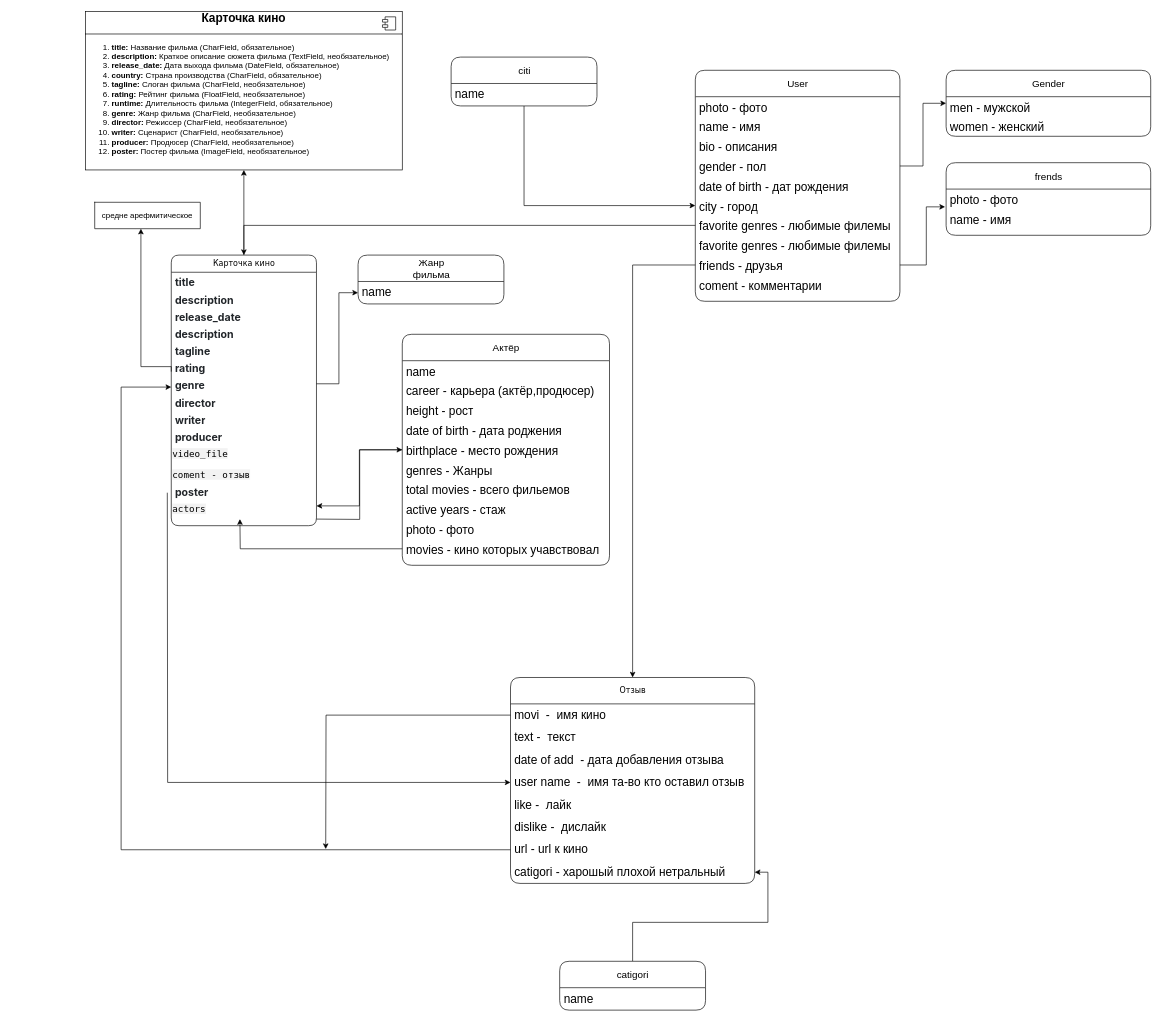
Muhammadaziz-beckend/movie keeps this draw.io diagram as Диаграмма без названия.drawio. Above is the earlier version. Source tidied: cells renumbered, new cells numbered last; positions are measured from the earlier drawing's top-left corner, leaving out a move shared by most shapes. Both pictures are drawn from the tidied source at 66%, with x=0, y=0 at pixel (85, 11).
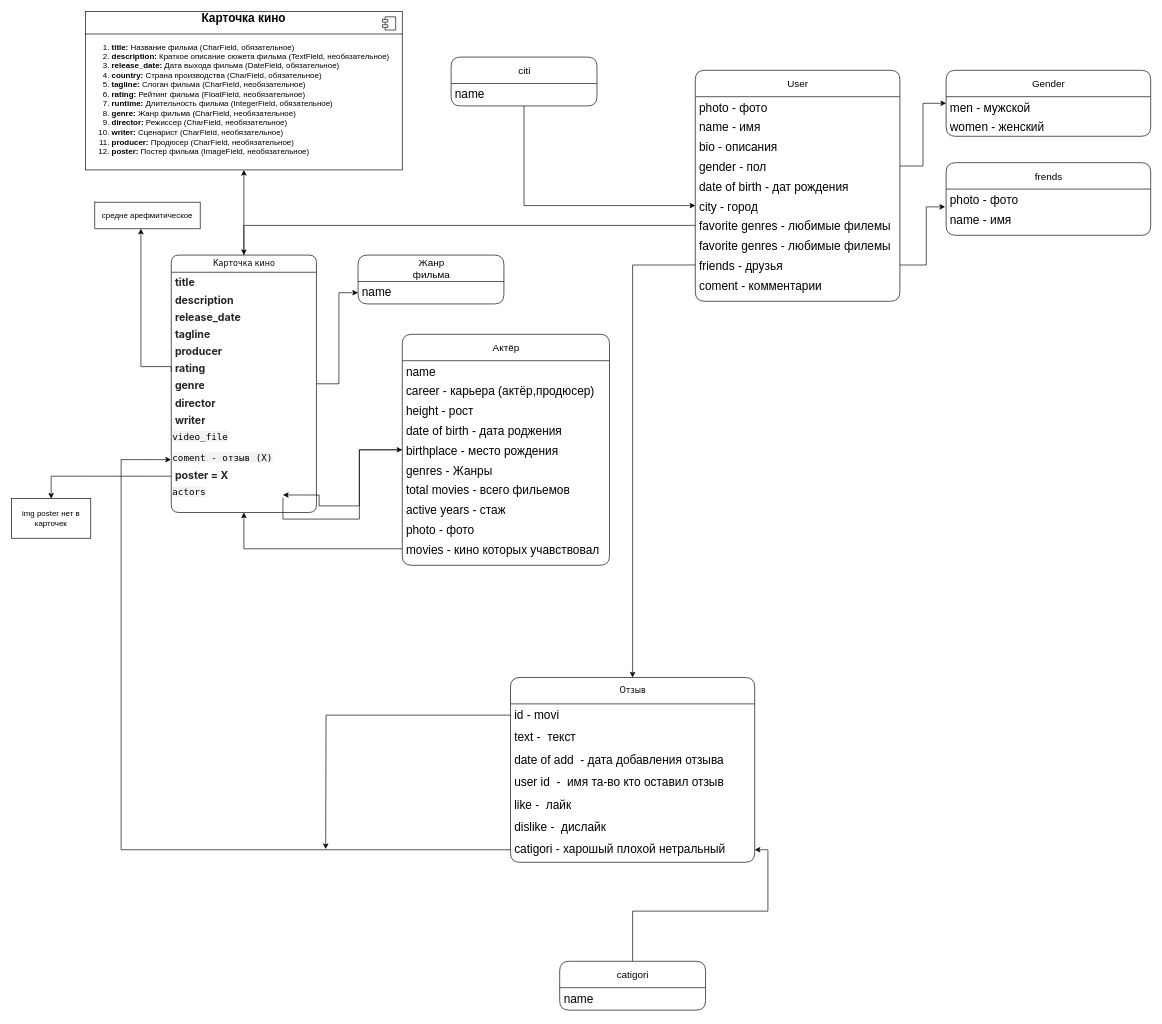
The same page after the edit.

Unchanged cells that the change refers to:
```xml
<mxCell id="25" value="&lt;font face=&quot;Helvetica&quot;&gt;&lt;span style=&quot;font-size: 15px; text-wrap: wrap;&quot;&gt;Актёр&lt;/span&gt;&lt;/font&gt;" style="swimlane;html=1;fontStyle=0;horizontal=1;startSize=40;swimlaneFillColor=#ffffff;align=center;rounded=1;shadow=0;comic=0;labelBackgroundColor=none;strokeWidth=1;fontFamily=Verdana;fontSize=12;arcSize=12;" parent="1" vertex="1">
  <mxGeometry x="480" y="489" width="314" height="350" as="geometry" />
</mxCell>
<mxCell id="36" value="movies - кино которых учавствовал" style="text;html=1;strokeColor=none;fillColor=none;spacingLeft=4;spacingRight=4;whiteSpace=wrap;overflow=hidden;points=[[0,0.5],[1,0.5]];portConstraint=eastwest;fontSize=18;labelBackgroundColor=none;" parent="25" vertex="1">
  <mxGeometry y="310" width="314" height="30" as="geometry" />
</mxCell>
```

The edit, as a diff of the source:
```diff
@@
     <mxCell id="5" value="Карточка кино" style="swimlane;html=1;fontStyle=0;horizontal=1;startSize=26;swimlaneFillColor=#ffffff;align=center;rounded=1;shadow=0;comic=0;labelBackgroundColor=none;strokeWidth=1;fontFamily=Verdana;fontSize=12;" parent="1" vertex="1">
-      <mxGeometry x="130" y="369" width="220" height="410" as="geometry" />
+      <mxGeometry x="130" y="369" width="220" height="390" as="geometry" />
     </mxCell>
@@
-    <mxCell id="9" value="&lt;div&gt;&lt;span style=&quot;color: rgb(33, 37, 41); font-family: -apple-system, BlinkMacSystemFont, &amp;quot;Segoe UI&amp;quot;, Roboto, &amp;quot;Helvetica Neue&amp;quot;, Arial, &amp;quot;Noto Sans&amp;quot;, sans-serif, &amp;quot;Apple Color Emoji&amp;quot;, &amp;quot;Segoe UI Emoji&amp;quot;, &amp;quot;Segoe UI Symbol&amp;quot;, &amp;quot;Noto Color Emoji&amp;quot;; font-size: 16px; font-weight: 700; background-color: rgb(255, 255, 255);&quot;&gt;description&lt;/span&gt;&lt;br&gt;&lt;/div&gt;" style="text;html=1;strokeColor=none;fillColor=none;spacingLeft=4;spacingRight=4;whiteSpace=wrap;overflow=hidden;labelBackgroundColor=none;" parent="5" vertex="1">
-      <mxGeometry y="104" width="220" height="26" as="geometry" />
-    </mxCell>
     <mxCell id="10" value="&lt;div&gt;&lt;span style=&quot;color: rgb(33, 37, 41); font-family: -apple-system, BlinkMacSystemFont, &amp;quot;Segoe UI&amp;quot;, Roboto, &amp;quot;Helvetica Neue&amp;quot;, Arial, &amp;quot;Noto Sans&amp;quot;, sans-serif, &amp;quot;Apple Color Emoji&amp;quot;, &amp;quot;Segoe UI Emoji&amp;quot;, &amp;quot;Segoe UI Symbol&amp;quot;, &amp;quot;Noto Color Emoji&amp;quot;; font-size: 16px; background-color: rgb(255, 255, 255); box-sizing: border-box; font-weight: bolder;&quot;&gt;tagline&lt;/span&gt;&lt;br&gt;&lt;/div&gt;" style="text;html=1;strokeColor=none;fillColor=none;spacingLeft=4;spacingRight=4;whiteSpace=wrap;overflow=hidden;labelBackgroundColor=none;" parent="5" vertex="1">
-      <mxGeometry y="130" width="220" height="26" as="geometry" />
+      <mxGeometry y="104" width="220" height="26" as="geometry" />
     </mxCell>
+    <mxCell id="15" value="&lt;div&gt;&lt;span style=&quot;color: rgb(33, 37, 41); font-family: -apple-system, BlinkMacSystemFont, &amp;quot;Segoe UI&amp;quot;, Roboto, &amp;quot;Helvetica Neue&amp;quot;, Arial, &amp;quot;Noto Sans&amp;quot;, sans-serif, &amp;quot;Apple Color Emoji&amp;quot;, &amp;quot;Segoe UI Emoji&amp;quot;, &amp;quot;Segoe UI Symbol&amp;quot;, &amp;quot;Noto Color Emoji&amp;quot;; font-size: 16px; background-color: rgb(255, 255, 255); box-sizing: border-box; font-weight: bolder;&quot;&gt;producer&lt;/span&gt;&lt;br&gt;&lt;/div&gt;" style="text;html=1;strokeColor=none;fillColor=none;spacingLeft=4;spacingRight=4;whiteSpace=wrap;overflow=hidden;labelBackgroundColor=none;" parent="5" vertex="1">
+      <mxGeometry y="130" width="220" height="26" as="geometry" />
+    </mxCell>
@@
-    <mxCell id="15" value="&lt;div&gt;&lt;span style=&quot;color: rgb(33, 37, 41); font-family: -apple-system, BlinkMacSystemFont, &amp;quot;Segoe UI&amp;quot;, Roboto, &amp;quot;Helvetica Neue&amp;quot;, Arial, &amp;quot;Noto Sans&amp;quot;, sans-serif, &amp;quot;Apple Color Emoji&amp;quot;, &amp;quot;Segoe UI Emoji&amp;quot;, &amp;quot;Segoe UI Symbol&amp;quot;, &amp;quot;Noto Color Emoji&amp;quot;; font-size: 16px; background-color: rgb(255, 255, 255); box-sizing: border-box; font-weight: bolder;&quot;&gt;producer&lt;/span&gt;&lt;br&gt;&lt;/div&gt;" style="text;html=1;strokeColor=none;fillColor=none;spacingLeft=4;spacingRight=4;whiteSpace=wrap;overflow=hidden;labelBackgroundColor=none;" parent="5" vertex="1">
-      <mxGeometry y="260" width="220" height="26" as="geometry" />
-    </mxCell>
     <mxCell id="16" value="&lt;span style=&quot;font-family: SFMono-Regular, Menlo, Monaco, Consolas, &amp;quot;Liberation Mono&amp;quot;, &amp;quot;Courier New&amp;quot;, monospace; font-size: 14px; font-style: normal; font-variant-ligatures: normal; font-variant-caps: normal; font-weight: 400; letter-spacing: normal; orphans: 2; text-align: left; text-indent: 0px; text-transform: none; widows: 2; word-spacing: 0px; -webkit-text-stroke-width: 0px; white-space: normal; background-color: rgba(0, 0, 0, 0.05); text-decoration-thickness: initial; text-decoration-style: initial; text-decoration-color: initial; float: none; display: inline !important;&quot;&gt;video_file&lt;/span&gt;" style="text;whiteSpace=wrap;html=1;labelBackgroundColor=none;" parent="5" vertex="1">
-      <mxGeometry y="286" width="220" height="32" as="geometry" />
+      <mxGeometry y="260" width="220" height="32" as="geometry" />
     </mxCell>
-    <mxCell id="17" value="&lt;font face=&quot;SFMono-Regular, Menlo, Monaco, Consolas, Liberation Mono, Courier New, monospace&quot;&gt;&lt;span style=&quot;font-size: 14px; background-color: rgba(0, 0, 0, 0.05);&quot;&gt;coment - отзыв&lt;/span&gt;&lt;/font&gt;" style="text;whiteSpace=wrap;html=1;labelBackgroundColor=none;" parent="5" vertex="1">
-      <mxGeometry y="318" width="220" height="26" as="geometry" />
+    <mxCell id="17" value="&lt;font face=&quot;SFMono-Regular, Menlo, Monaco, Consolas, Liberation Mono, Courier New, monospace&quot;&gt;&lt;span style=&quot;font-size: 14px; background-color: rgba(0, 0, 0, 0.05);&quot;&gt;coment - отзыв (X)&lt;/span&gt;&lt;/font&gt;" style="text;whiteSpace=wrap;html=1;labelBackgroundColor=none;" parent="5" vertex="1">
+      <mxGeometry y="292" width="220" height="26" as="geometry" />
     </mxCell>
-    <mxCell id="18" value="&lt;div&gt;&lt;span style=&quot;color: rgb(33, 37, 41); font-family: -apple-system, BlinkMacSystemFont, &amp;quot;Segoe UI&amp;quot;, Roboto, &amp;quot;Helvetica Neue&amp;quot;, Arial, &amp;quot;Noto Sans&amp;quot;, sans-serif, &amp;quot;Apple Color Emoji&amp;quot;, &amp;quot;Segoe UI Emoji&amp;quot;, &amp;quot;Segoe UI Symbol&amp;quot;, &amp;quot;Noto Color Emoji&amp;quot;; font-size: 16px; background-color: rgb(255, 255, 255); box-sizing: border-box; font-weight: bolder;&quot;&gt;poster&lt;/span&gt;&lt;br&gt;&lt;/div&gt;" style="text;html=1;strokeColor=none;fillColor=none;spacingLeft=4;spacingRight=4;whiteSpace=wrap;overflow=hidden;points=[[0,0.5],[1,0.5]];portConstraint=eastwest;labelBackgroundColor=none;" parent="5" vertex="1">
-      <mxGeometry y="344" width="220" height="26" as="geometry" />
+    <mxCell id="18" value="&lt;div&gt;&lt;span style=&quot;color: rgb(33, 37, 41); font-family: -apple-system, BlinkMacSystemFont, &amp;quot;Segoe UI&amp;quot;, Roboto, &amp;quot;Helvetica Neue&amp;quot;, Arial, &amp;quot;Noto Sans&amp;quot;, sans-serif, &amp;quot;Apple Color Emoji&amp;quot;, &amp;quot;Segoe UI Emoji&amp;quot;, &amp;quot;Segoe UI Symbol&amp;quot;, &amp;quot;Noto Color Emoji&amp;quot;; font-size: 16px; background-color: rgb(255, 255, 255); box-sizing: border-box; font-weight: bolder;&quot;&gt;poster = X&lt;/span&gt;&lt;br&gt;&lt;/div&gt;" style="text;html=1;strokeColor=none;fillColor=none;spacingLeft=4;spacingRight=4;whiteSpace=wrap;overflow=hidden;points=[[0,0.5],[1,0.5]];portConstraint=eastwest;labelBackgroundColor=none;" parent="5" vertex="1">
+      <mxGeometry y="318" width="220" height="26" as="geometry" />
     </mxCell>
     <mxCell id="19" value="&lt;span style=&quot;font-family: SFMono-Regular, Menlo, Monaco, Consolas, &amp;quot;Liberation Mono&amp;quot;, &amp;quot;Courier New&amp;quot;, monospace; font-size: 14px; background-color: rgba(0, 0, 0, 0.05);&quot;&gt;actors&lt;/span&gt;" style="text;whiteSpace=wrap;html=1;labelBackgroundColor=none;" parent="5" vertex="1">
-      <mxGeometry y="370" width="220" height="20" as="geometry" />
+      <mxGeometry y="344" width="220" height="20" as="geometry" />
     </mxCell>
@@
-    <mxCell id="24" style="edgeStyle=orthogonalEdgeStyle;rounded=0;jettySize=auto;html=1;entryX=1;entryY=0.5;entryDx=0;entryDy=0;labelBackgroundColor=none;fontColor=default;" parent="1" edge="1" source="25" target="19">
-      <mxGeometry relative="1" as="geometry" />
+    <mxCell id="24" style="edgeStyle=orthogonalEdgeStyle;rounded=0;jettySize=auto;html=1;entryX=0.769;entryY=0.973;entryDx=0;entryDy=0;labelBackgroundColor=none;fontColor=default;entryPerimeter=0;" parent="1" edge="1" source="25" target="19">
+      <mxGeometry relative="1" as="geometry">
+        <Array as="points">
+          <mxPoint x="415" y="664" />
+          <mxPoint x="415" y="749" />
+          <mxPoint x="354" y="749" />
+          <mxPoint x="354" y="733" />
+        </Array>
+      </mxGeometry>
     </mxCell>
@@
-    <mxCell id="35" style="edgeStyle=orthogonalEdgeStyle;rounded=0;jettySize=auto;html=1;" parent="25" edge="1" source="36">
-      <mxGeometry relative="1" as="geometry">
-        <mxPoint x="-246" y="280" as="targetPoint" />
-      </mxGeometry>
-    </mxCell>
@@
     <mxCell id="56" value="Отзыв" style="swimlane;html=1;fontStyle=0;horizontal=1;startSize=40;swimlaneFillColor=#ffffff;align=center;rounded=1;shadow=0;comic=0;labelBackgroundColor=none;strokeWidth=1;fontFamily=Verdana;fontSize=12;arcSize=12;" parent="1" vertex="1">
-      <mxGeometry x="644" y="1009" width="370" height="312" as="geometry" />
+      <mxGeometry x="644" y="1009" width="370" height="280" as="geometry" />
     </mxCell>
@@
-    <mxCell id="58" value="movi&amp;nbsp; -&amp;nbsp; имя кино" style="text;html=1;strokeColor=none;fillColor=none;spacingLeft=4;spacingRight=4;whiteSpace=wrap;overflow=hidden;points=[[0,0.5],[1,0.5]];portConstraint=eastwest;fontSize=18;labelBackgroundColor=none;" parent="56" vertex="1">
+    <mxCell id="58" value="id - movi" style="text;html=1;strokeColor=none;fillColor=none;spacingLeft=4;spacingRight=4;whiteSpace=wrap;overflow=hidden;points=[[0,0.5],[1,0.5]];portConstraint=eastwest;fontSize=18;labelBackgroundColor=none;" parent="56" vertex="1">
       <mxGeometry y="40" width="370" height="34" as="geometry" />
     </mxCell>
@@
-    <mxCell id="61" value="user name&amp;nbsp; -&amp;nbsp; имя та-во кто оставил отзыв&amp;nbsp;" style="text;html=1;strokeColor=none;fillColor=none;spacingLeft=4;spacingRight=4;whiteSpace=wrap;overflow=hidden;points=[[0,0.5],[1,0.5]];portConstraint=eastwest;fontSize=18;labelBackgroundColor=none;" parent="56" vertex="1">
+    <mxCell id="61" value="user id&amp;nbsp; -&amp;nbsp; имя та-во кто оставил отзыв&amp;nbsp;" style="text;html=1;strokeColor=none;fillColor=none;spacingLeft=4;spacingRight=4;whiteSpace=wrap;overflow=hidden;points=[[0,0.5],[1,0.5]];portConstraint=eastwest;fontSize=18;labelBackgroundColor=none;" parent="56" vertex="1">
       <mxGeometry y="142" width="370" height="34" as="geometry" />
     </mxCell>
@@
-    <mxCell id="64" value="url - url к кино&amp;nbsp;" style="text;html=1;strokeColor=none;fillColor=none;spacingLeft=4;spacingRight=4;whiteSpace=wrap;overflow=hidden;points=[[0,0.5],[1,0.5]];portConstraint=eastwest;fontSize=18;labelBackgroundColor=none;" parent="56" vertex="1">
-      <mxGeometry y="244" width="370" height="34" as="geometry" />
-    </mxCell>
     <mxCell id="65" value="catigori - харошый плохой нетральный&amp;nbsp;&amp;nbsp;" style="text;html=1;strokeColor=none;fillColor=none;spacingLeft=4;spacingRight=4;whiteSpace=wrap;overflow=hidden;points=[[0,0.5],[1,0.5]];portConstraint=eastwest;fontSize=18;labelBackgroundColor=none;" parent="56" vertex="1">
-      <mxGeometry y="278" width="370" height="34" as="geometry" />
+      <mxGeometry y="244" width="370" height="34" as="geometry" />
     </mxCell>
@@
-    <mxCell id="67" style="edgeStyle=orthogonalEdgeStyle;rounded=0;jettySize=auto;html=1;entryX=0;entryY=0.5;entryDx=0;entryDy=0;" parent="1" edge="1" target="61">
-      <mxGeometry relative="1" as="geometry">
-        <mxPoint x="124" y="729" as="sourcePoint" />
-      </mxGeometry>
-    </mxCell>
@@
-    <mxCell id="74" style="edgeStyle=orthogonalEdgeStyle;rounded=0;jettySize=auto;html=1;" parent="1" edge="1" target="25">
+    <mxCell id="74" style="edgeStyle=orthogonalEdgeStyle;rounded=0;jettySize=auto;html=1;exitX=0.769;exitY=1.185;exitDx=0;exitDy=0;exitPerimeter=0;" parent="1" edge="1" source="19" target="25">
       <mxGeometry relative="1" as="geometry">
-        <mxPoint x="350" y="769" as="sourcePoint" />
+        <Array as="points">
+          <mxPoint x="299" y="769" />
+          <mxPoint x="415" y="769" />
+          <mxPoint x="415" y="664" />
+        </Array>
       </mxGeometry>
     </mxCell>
@@
-    <mxCell id="76" style="edgeStyle=orthogonalEdgeStyle;rounded=0;jettySize=auto;html=1;" parent="1" edge="1" source="64" target="5">
+    <mxCell id="76" style="edgeStyle=orthogonalEdgeStyle;rounded=0;jettySize=auto;html=1;entryX=-0.002;entryY=0.689;entryDx=0;entryDy=0;entryPerimeter=0;" parent="1" edge="1" target="17">
       <mxGeometry relative="1" as="geometry">
+        <mxPoint x="644" y="1270" as="sourcePoint" />
         <Array as="points">
           <mxPoint x="54" y="1270" />
-          <mxPoint x="54" y="569" />
+          <mxPoint x="54" y="679" />
         </Array>
       </mxGeometry>
     </mxCell>
@@
+    <mxCell id="35" style="edgeStyle=orthogonalEdgeStyle;rounded=0;jettySize=auto;html=1;" parent="1" edge="1" source="36" target="5">
+      <mxGeometry relative="1" as="geometry">
+        <Array as="points">
+          <mxPoint x="240" y="814" />
+        </Array>
+      </mxGeometry>
+    </mxCell>
+    <mxCell id="81" value="img poster нет в карточек" style="whiteSpace=wrap;html=1;" parent="1" vertex="1">
+      <mxGeometry x="-112" y="738" width="120" height="60" as="geometry" />
+    </mxCell>
+    <mxCell id="82" style="edgeStyle=orthogonalEdgeStyle;rounded=0;jettySize=auto;html=1;exitX=0.001;exitY=0.655;exitDx=0;exitDy=0;exitPerimeter=0;" parent="1" edge="1" source="18" target="81">
+      <mxGeometry relative="1" as="geometry" />
+    </mxCell>
```
